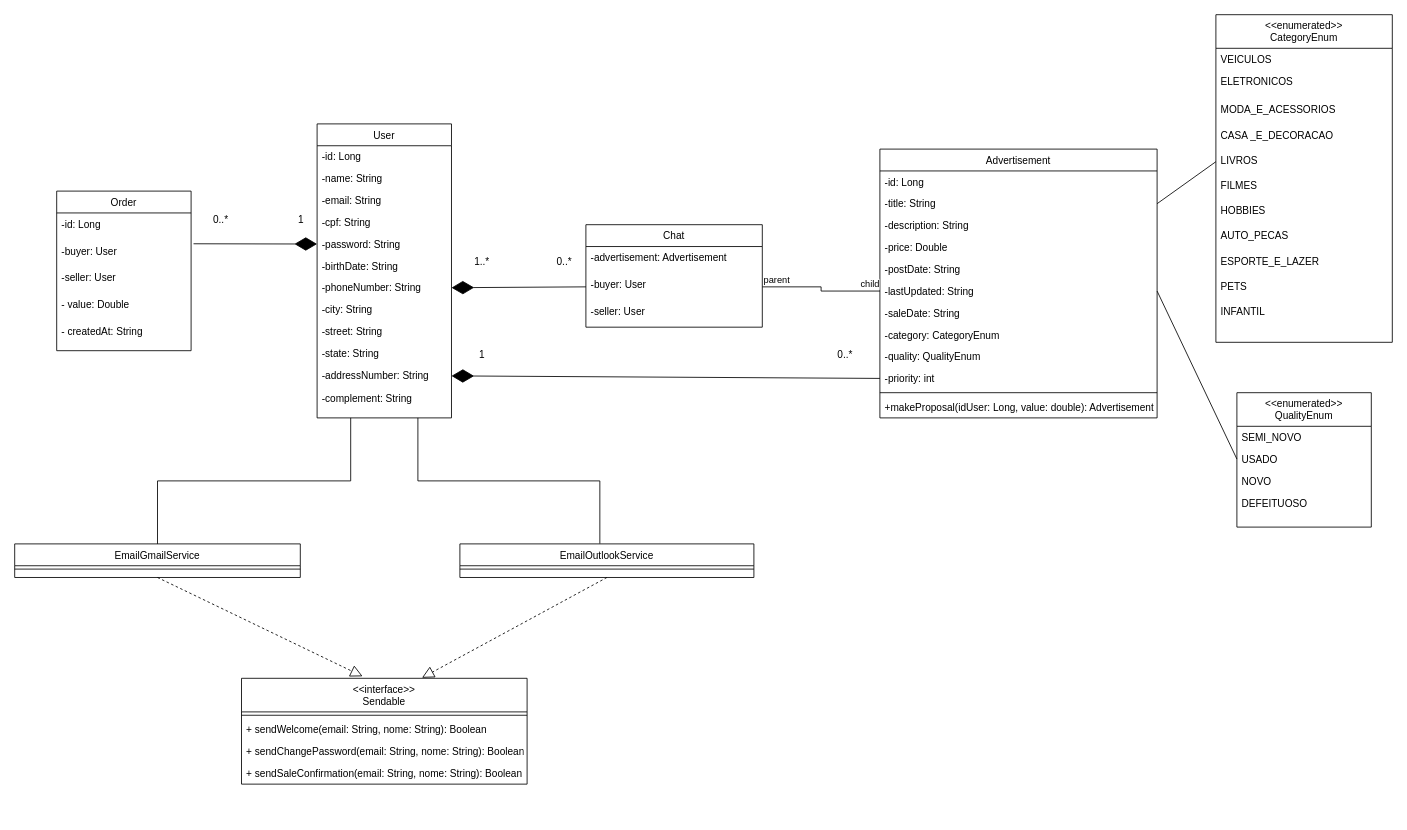
Above: diagrama_classes_letsbuy.drawio in letssBuyy/letsbuy-documents (draw.io), before the change. Source tidied: cells renumbered, new cells numbered last; positions are measured from the earlier drawing's top-left corner, leaving out a move shared by most shapes. Both pictures are drawn from the tidied source at 84%, with x=0, y=0 at pixel (14, 14).
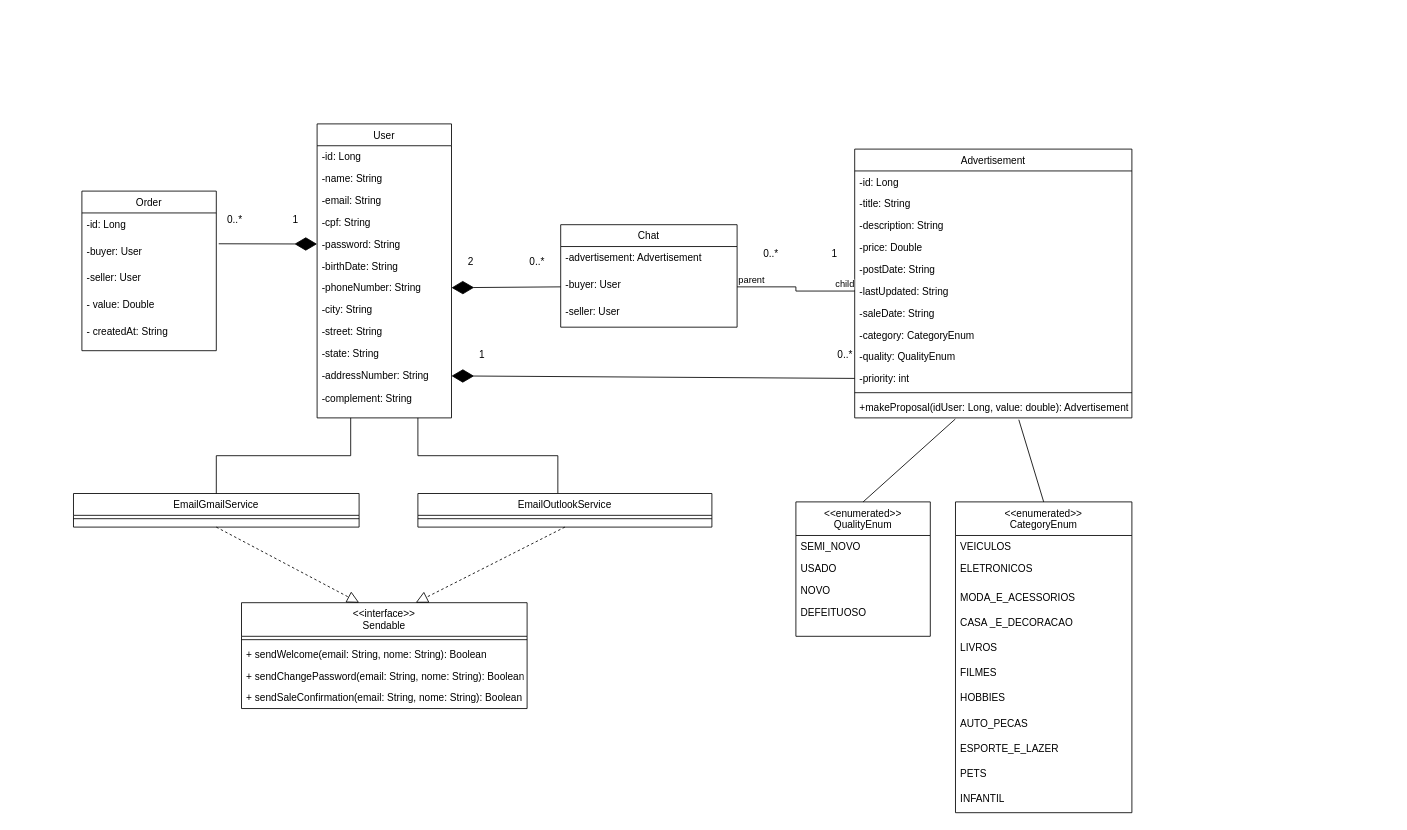
The same diagram, later.

Commit message (it also covers changes not shown here):
atualizando diagrama

The change refers to these unchanged cells:
```xml
<mxCell id="41" value="-title: String" style="text;align=left;verticalAlign=top;spacingLeft=4;spacingRight=4;overflow=hidden;points=[[0,0.5],[1,0.5]];portConstraint=eastwest;rounded=0;shadow=0;html=0;" parent="39" vertex="1">
  <mxGeometry y="52" width="330" height="26" as="geometry" />
</mxCell>
<mxCell id="45" value="-lastUpdated: String" style="text;align=left;verticalAlign=top;spacingLeft=4;spacingRight=4;overflow=hidden;points=[[0,0.5],[1,0.5]];portConstraint=eastwest;rounded=0;shadow=0;html=0;" parent="39" vertex="1">
  <mxGeometry y="156" width="330" height="26" as="geometry" />
</mxCell>
<mxCell id="51" value="+makeProposal(idUser: Long, value: double): Advertisement" style="text;align=left;verticalAlign=top;spacingLeft=4;spacingRight=4;overflow=hidden;points=[[0,0.5],[1,0.5]];portConstraint=eastwest;rounded=0;shadow=0;html=0;" parent="39" vertex="1">
  <mxGeometry y="294" width="330" height="26" as="geometry" />
</mxCell>
<mxCell id="57" value="LIVROS" style="text;align=left;verticalAlign=top;spacingLeft=4;spacingRight=4;overflow=hidden;points=[[0,0.5],[1,0.5]];portConstraint=eastwest;rounded=0;shadow=0;html=0;" parent="52" vertex="1">
  <mxGeometry y="160" width="210" height="30" as="geometry" />
</mxCell>
<mxCell id="66" value="USADO" style="text;align=left;verticalAlign=top;spacingLeft=4;spacingRight=4;overflow=hidden;points=[[0,0.5],[1,0.5]];portConstraint=eastwest;rounded=0;shadow=0;html=0;" parent="64" vertex="1">
  <mxGeometry y="66" width="160" height="26" as="geometry" />
</mxCell>
```

The edit, as a diff of the source:
```diff
@@
     <mxCell id="15" value="Order" style="swimlane;fontStyle=0;align=center;verticalAlign=top;horizontal=1;startSize=26;rounded=0;shadow=0;strokeWidth=1;" parent="1" vertex="1">
-      <mxGeometry x="50" y="210" width="160" height="190" as="geometry" />
+      <mxGeometry x="80" y="210" width="160" height="190" as="geometry" />
     </mxCell>
@@
     <mxCell id="21" value="Chat" style="swimlane;fontStyle=0;align=center;verticalAlign=top;horizontal=1;startSize=26;rounded=0;shadow=0;strokeWidth=1;" parent="1" vertex="1">
-      <mxGeometry x="680" y="250" width="210" height="122" as="geometry" />
+      <mxGeometry x="650" y="250" width="210" height="122" as="geometry" />
     </mxCell>
@@
     <mxCell id="26" value="&lt;&lt;interface&gt;&gt;&#10;Sendable" style="swimlane;fontStyle=0;align=center;verticalAlign=top;horizontal=1;startSize=40;rounded=0;shadow=0;strokeWidth=1;" parent="1" vertex="1">
-      <mxGeometry x="270" y="790" width="340" height="126" as="geometry" />
+      <mxGeometry x="270" y="700" width="340" height="126" as="geometry" />
     </mxCell>
@@
     <mxCell id="31" value="EmailGmailService" style="swimlane;fontStyle=0;align=center;verticalAlign=top;horizontal=1;startSize=26;rounded=0;shadow=0;strokeWidth=1;" parent="1" vertex="1">
-      <mxGeometry y="630" width="340" height="40" as="geometry" />
+      <mxGeometry x="70" y="570" width="340" height="40" as="geometry" />
     </mxCell>
@@
     <mxCell id="33" value="EmailOutlookService" style="swimlane;fontStyle=0;align=center;verticalAlign=top;horizontal=1;startSize=26;rounded=0;shadow=0;strokeWidth=1;" parent="1" vertex="1">
-      <mxGeometry x="530" y="630" width="350" height="40" as="geometry" />
+      <mxGeometry x="480" y="570" width="350" height="40" as="geometry" />
     </mxCell>
@@
-    <mxCell id="35" style="endArrow=block;dashed=1;endFill=0;endSize=12;html=1;rounded=0;exitX=0.5;exitY=1;exitDx=0;exitDy=0;entryX=0.424;entryY=-0.019;entryDx=0;entryDy=0;entryPerimeter=0;" parent="1" edge="1" source="31" target="26">
+    <mxCell id="35" style="endArrow=block;dashed=1;endFill=0;endSize=12;html=1;rounded=0;exitX=0.5;exitY=1;exitDx=0;exitDy=0;entryX=0.412;entryY=0;entryDx=0;entryDy=0;entryPerimeter=0;" parent="1" edge="1" source="31" target="26">
       <mxGeometry relative="1" as="geometry" />
     </mxCell>
-    <mxCell id="36" style="endArrow=block;dashed=1;endFill=0;endSize=12;html=1;rounded=0;exitX=0.5;exitY=1;exitDx=0;exitDy=0;entryX=0.632;entryY=-0.005;entryDx=0;entryDy=0;entryPerimeter=0;" parent="1" edge="1" source="33" target="26">
+    <mxCell id="36" style="endArrow=block;dashed=1;endFill=0;endSize=12;html=1;rounded=0;exitX=0.5;exitY=1;exitDx=0;exitDy=0;entryX=0.61;entryY=0;entryDx=0;entryDy=0;entryPerimeter=0;" parent="1" edge="1" source="33" target="26">
       <mxGeometry relative="1" as="geometry" />
     </mxCell>
@@
     <mxCell id="39" value="Advertisement" style="swimlane;fontStyle=0;align=center;verticalAlign=top;horizontal=1;startSize=26;rounded=0;shadow=0;strokeWidth=1;" parent="1" vertex="1">
-      <mxGeometry x="1030" y="160" width="330" height="320" as="geometry" />
+      <mxGeometry x="1000" y="160" width="330" height="320" as="geometry" />
     </mxCell>
@@
     <mxCell id="52" value="&lt;&lt;enumerated&gt;&gt;&#10;CategoryEnum" style="swimlane;fontStyle=0;align=center;verticalAlign=top;horizontal=1;startSize=40;rounded=0;shadow=0;strokeWidth=1;" parent="1" vertex="1">
-      <mxGeometry x="1430" width="210" height="390" as="geometry" />
+      <mxGeometry x="1120" y="580" width="210" height="370" as="geometry" />
     </mxCell>
@@
     <mxCell id="64" value="&lt;&lt;enumerated&gt;&gt;&#10;QualityEnum" style="swimlane;fontStyle=0;align=center;verticalAlign=top;horizontal=1;startSize=40;rounded=0;shadow=0;strokeWidth=1;" parent="1" vertex="1">
-      <mxGeometry x="1455" y="450" width="160" height="160" as="geometry" />
+      <mxGeometry x="930" y="580" width="160" height="160" as="geometry" />
     </mxCell>
@@
-    <mxCell id="69" style="endArrow=none;html=1;rounded=0;entryX=0;entryY=0.5;entryDx=0;entryDy=0;exitX=1;exitY=0.5;exitDx=0;exitDy=0;" parent="1" edge="1" source="41" target="57">
-      <mxGeometry relative="1" as="geometry" />
-    </mxCell>
-    <mxCell id="70" style="endArrow=none;html=1;rounded=0;entryX=0;entryY=0.5;entryDx=0;entryDy=0;exitX=1;exitY=0.5;exitDx=0;exitDy=0;" parent="1" edge="1" source="45" target="66">
-      <mxGeometry relative="1" as="geometry" />
-    </mxCell>
-    <mxCell id="71" value="0..*&amp;nbsp; &amp;nbsp; &amp;nbsp; &amp;nbsp; &amp;nbsp; &amp;nbsp; &amp;nbsp; &amp;nbsp; &amp;nbsp; &amp;nbsp; &amp;nbsp; &amp;nbsp; &amp;nbsp;1" style="text;html=1;align=center;verticalAlign=middle;strokeColor=none;fillColor=none;" parent="1" vertex="1">
-      <mxGeometry x="225" y="230" width="130" height="30" as="geometry" />
+    <mxCell id="71" value="0..*&amp;nbsp; &amp;nbsp; &amp;nbsp; &amp;nbsp; &amp;nbsp; &amp;nbsp; &amp;nbsp; &amp;nbsp; &amp;nbsp; 1" style="text;html=1;align=center;verticalAlign=middle;strokeColor=none;fillColor=none;" parent="1" vertex="1">
+      <mxGeometry x="240" y="230" width="110" height="30" as="geometry" />
     </mxCell>
@@
-    <mxCell id="78" value="1..*&amp;nbsp; &amp;nbsp; &amp;nbsp; &amp;nbsp; &amp;nbsp; &amp;nbsp; &amp;nbsp; &amp;nbsp; &amp;nbsp; &amp;nbsp; &amp;nbsp; &amp;nbsp; 0..*" style="text;html=1;align=center;verticalAlign=middle;strokeColor=none;fillColor=none;" parent="1" vertex="1">
-      <mxGeometry x="535" y="280" width="140" height="30" as="geometry" />
+    <mxCell id="78" value="2&amp;nbsp; &amp;nbsp; &amp;nbsp; &amp;nbsp; &amp;nbsp; &amp;nbsp; &amp;nbsp; &amp;nbsp; &amp;nbsp; &amp;nbsp; 0..*" style="text;html=1;align=center;verticalAlign=middle;strokeColor=none;fillColor=none;" parent="1" vertex="1">
+      <mxGeometry x="530" y="280" width="110" height="30" as="geometry" />
     </mxCell>
+    <mxCell id="79" value="0..*&amp;nbsp; &amp;nbsp; &amp;nbsp; &amp;nbsp; &amp;nbsp; &amp;nbsp; &amp;nbsp; &amp;nbsp; &amp;nbsp; &amp;nbsp;1" style="text;html=1;align=center;verticalAlign=middle;strokeColor=none;fillColor=none;" parent="1" vertex="1">
+      <mxGeometry x="880" y="270" width="110" height="30" as="geometry" />
+    </mxCell>
+    <mxCell id="80" style="endArrow=none;html=1;rounded=0;entryX=0.363;entryY=1.051;entryDx=0;entryDy=0;exitX=0.5;exitY=0;exitDx=0;exitDy=0;entryPerimeter=0;" parent="1" edge="1" source="64" target="51">
+      <mxGeometry relative="1" as="geometry" />
+    </mxCell>
+    <mxCell id="81" style="endArrow=none;html=1;rounded=0;entryX=0.592;entryY=1.083;entryDx=0;entryDy=0;exitX=0.5;exitY=0;exitDx=0;exitDy=0;entryPerimeter=0;" parent="1" edge="1" source="52" target="51">
+      <mxGeometry relative="1" as="geometry" />
+    </mxCell>
```
